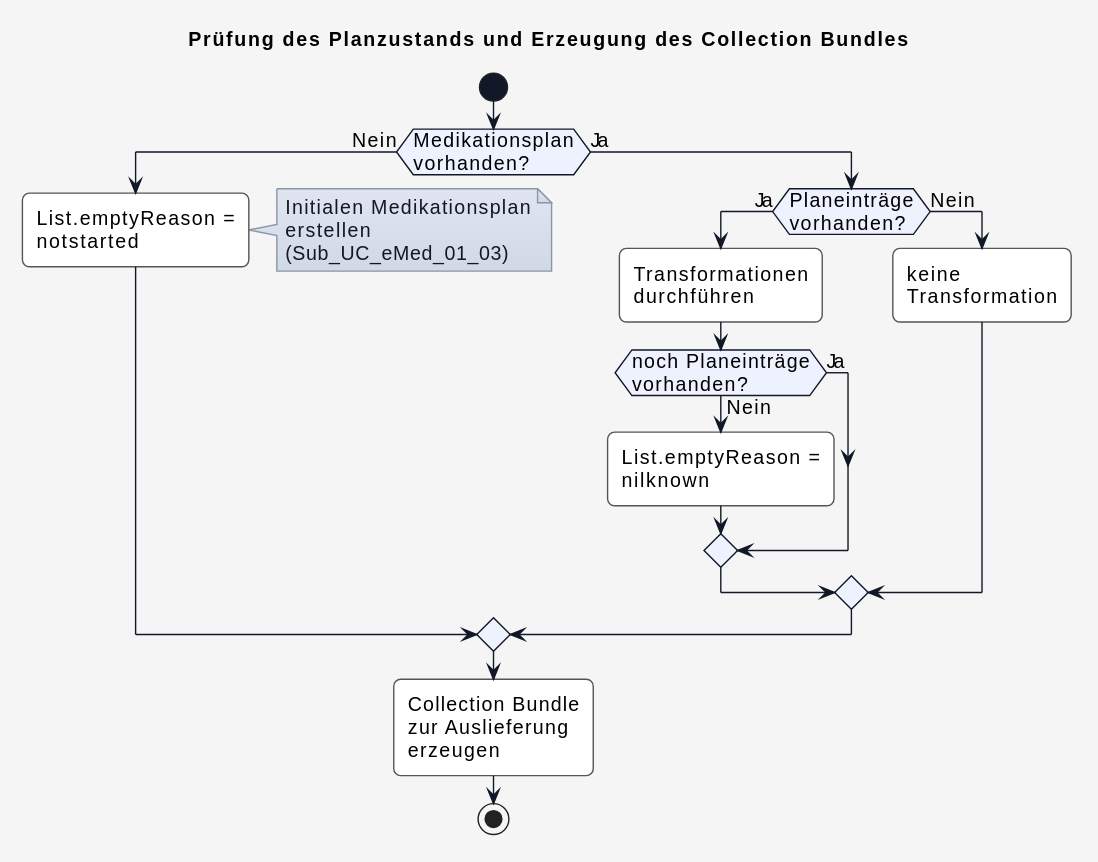
Earlier version of the PlantUML export r4-ELGA-e-Medikation-BO_rework_use_case/plantuml/UC_eMed_01_01_plancheck.svg (HL7Austria/hl7austria.github.io).
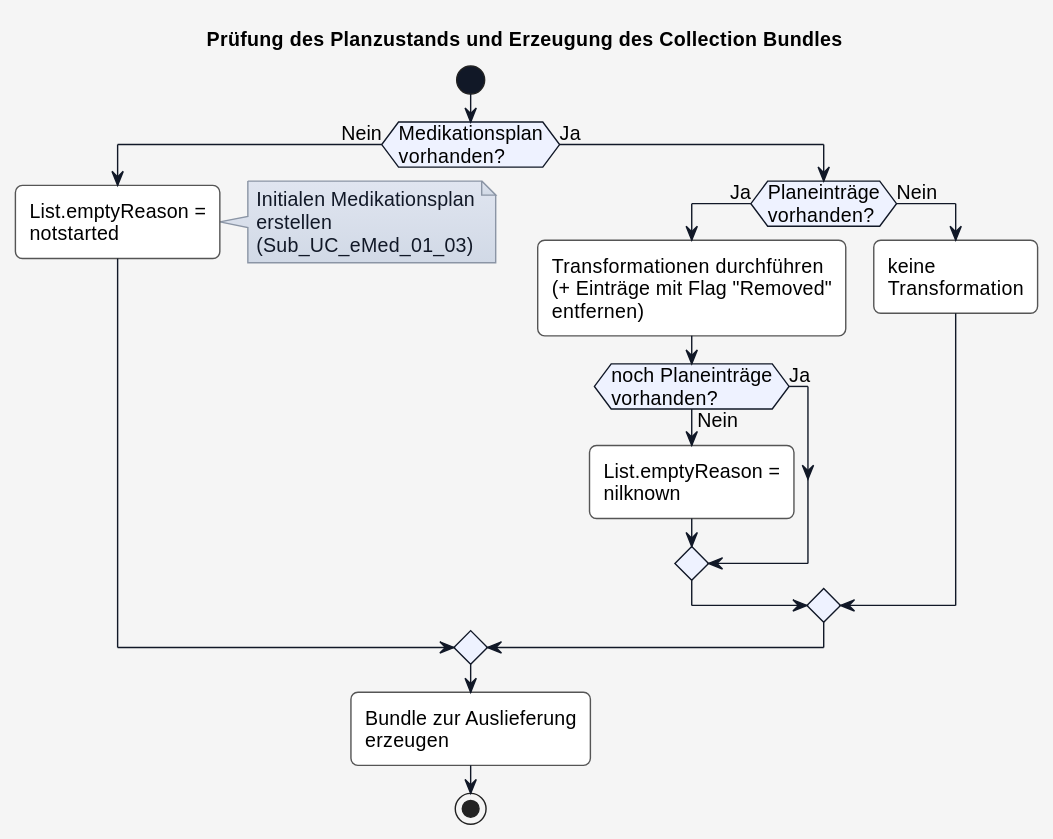
The same file after the commit.

Diff of the diagram source:
```diff
@@ -54,7 +54,7 @@
 
   if (Planeinträge\nvorhanden?) then (Ja)
 
-    :Transformationen\ndurchführen;
+    :Transformationen durchführen\n(+ Einträge mit Flag "Removed"\nentfernen);
 
     if (noch Planeinträge\nvorhanden?) then (Ja)
 
@@ -72,7 +72,7 @@
 
 endif
 
-:Collection Bundle\nzur Auslieferung\nerzeugen;
+:Bundle zur Auslieferung\nerzeugen;
 
 stop
 @enduml
```
